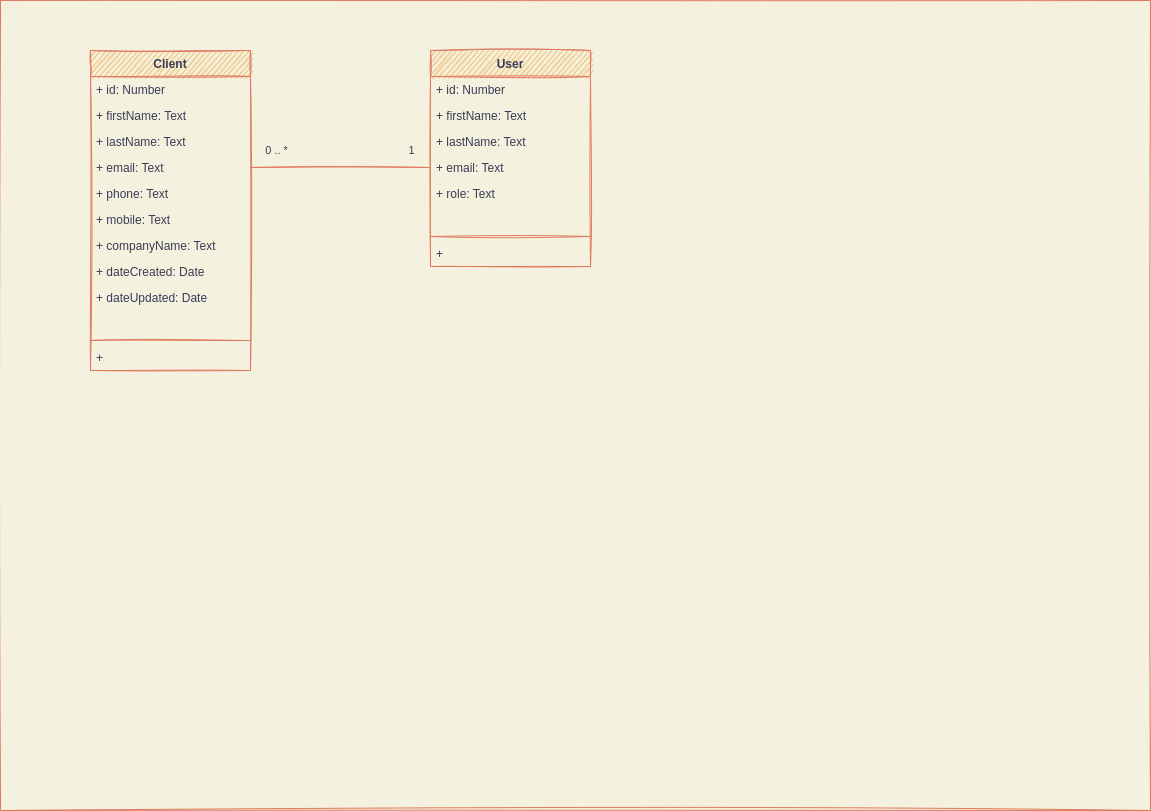
The draw.io diagram Conceptual_Data_Model.drawio.png in josayko-courses/epic_events_CRM, before a commit. Source tidied: cells renumbered, new cells last; positions are measured from the earlier drawing's top-left corner, leaving out a move shared by most shapes.
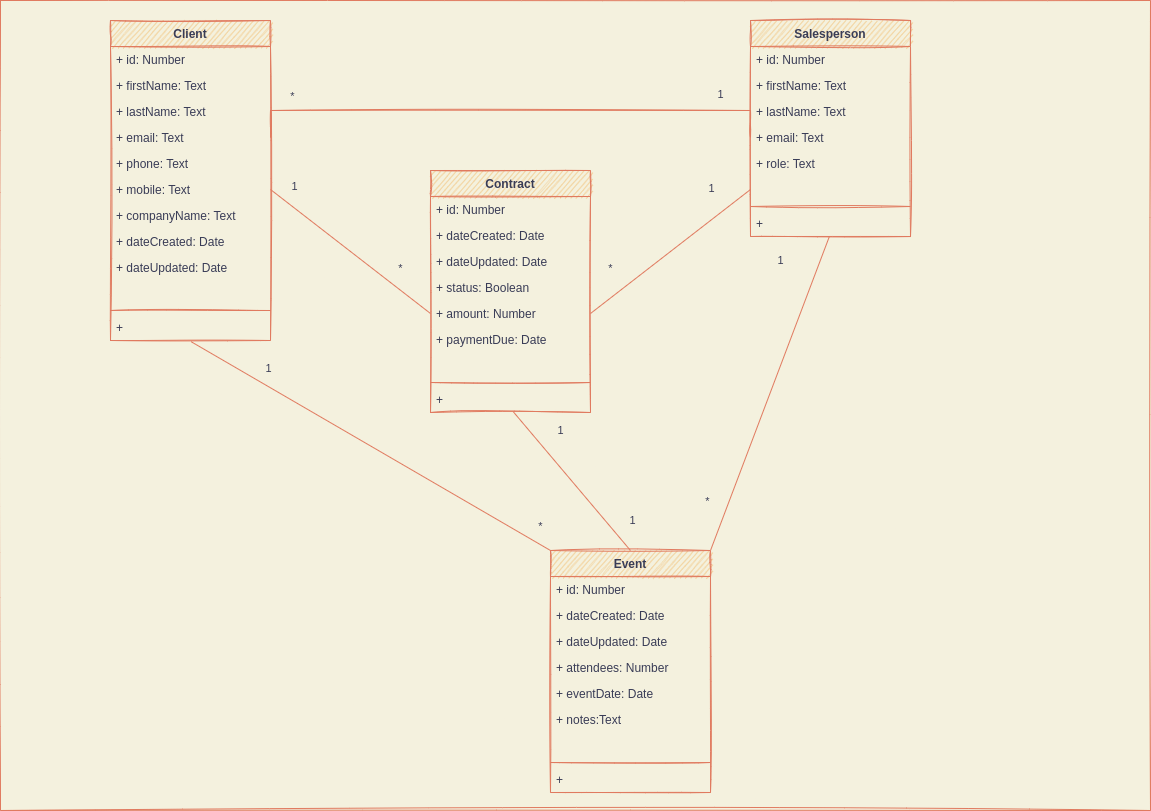
The same diagram one commit later.

What changed in the source:
```diff
@@ -7,7 +7,7 @@
     </mxCell>
     <mxCell id="3" value="diagram" parent="0" />
     <mxCell id="4" value="Client" style="swimlane;fontStyle=1;align=center;verticalAlign=top;horizontal=1;startSize=26;sketch=1;fillColor=#F2CC8F;strokeColor=#E07A5F;fontColor=#393C56;" parent="3" vertex="1">
-      <mxGeometry x="90" y="50" width="160" height="320" as="geometry" />
+      <mxGeometry x="110" y="20" width="160" height="320" as="geometry" />
     </mxCell>
     <mxCell id="5" value="+ id: Number" style="text;strokeColor=none;fillColor=none;align=left;verticalAlign=top;spacingLeft=4;spacingRight=4;overflow=hidden;sketch=1;fontColor=#393C56;" parent="4" vertex="1">
       <mxGeometry y="26" width="160" height="26" as="geometry" />
@@ -45,8 +45,8 @@
     <mxCell id="16" value="+ " style="text;strokeColor=none;fillColor=none;align=left;verticalAlign=top;spacingLeft=4;spacingRight=4;overflow=hidden;points=[[0,0.5],[1,0.5]];portConstraint=eastwest;sketch=1;fontColor=#393C56;" parent="4" vertex="1">
       <mxGeometry y="294" width="160" height="26" as="geometry" />
     </mxCell>
-    <mxCell id="17" value="User" style="swimlane;fontStyle=1;align=center;verticalAlign=top;horizontal=1;startSize=26;sketch=1;fillColor=#F2CC8F;strokeColor=#E07A5F;fontColor=#393C56;" parent="3" vertex="1">
-      <mxGeometry x="430" y="50" width="160" height="216" as="geometry" />
+    <mxCell id="17" value="Salesperson" style="swimlane;fontStyle=1;align=center;verticalAlign=top;horizontal=1;startSize=26;sketch=1;fillColor=#F2CC8F;strokeColor=#E07A5F;fontColor=#393C56;" parent="3" vertex="1">
+      <mxGeometry x="750" y="20" width="160" height="216" as="geometry" />
     </mxCell>
     <mxCell id="18" value="+ id: Number" style="text;strokeColor=none;fillColor=none;align=left;verticalAlign=top;spacingLeft=4;spacingRight=4;overflow=hidden;sketch=1;fontColor=#393C56;" parent="17" vertex="1">
       <mxGeometry y="26" width="160" height="26" as="geometry" />
@@ -73,13 +73,123 @@
       <mxGeometry y="190" width="160" height="26" as="geometry" />
     </mxCell>
     <mxCell id="26" style="edgeStyle=orthogonalEdgeStyle;rounded=0;jettySize=auto;html=1;exitX=1;exitY=0.5;exitDx=0;exitDy=0;entryX=0;entryY=0.5;entryDx=0;entryDy=0;endArrow=none;endFill=0;shadow=0;sketch=1;labelBackgroundColor=#F4F1DE;strokeColor=#E07A5F;fontColor=#393C56;" parent="3" edge="1" source="8" target="21">
-      <mxGeometry relative="1" as="geometry" />
+      <mxGeometry relative="1" as="geometry">
+        <Array as="points">
+          <mxPoint x="270" y="110" />
+          <mxPoint x="750" y="110" />
+        </Array>
+      </mxGeometry>
     </mxCell>
-    <mxCell id="27" value="0 .. *" style="text;html=1;align=center;verticalAlign=middle;strokeColor=none;fillColor=none;fontSize=11;fontFamily=Helvetica;fontColor=#393C56;sketch=1;" parent="3" vertex="1">
-      <mxGeometry x="256" y="140" width="40" height="20" as="geometry" />
+    <mxCell id="27" value="*" style="text;html=1;align=center;verticalAlign=middle;strokeColor=none;fillColor=none;fontSize=11;fontFamily=Helvetica;fontColor=#393C56;sketch=1;" parent="3" vertex="1">
+      <mxGeometry x="282" y="86" width="20" height="20" as="geometry" />
     </mxCell>
     <mxCell id="28" value="1" style="text;html=1;align=center;verticalAlign=middle;strokeColor=none;fillColor=none;fontSize=11;fontFamily=Helvetica;fontColor=#393C56;sketch=1;" parent="3" vertex="1">
-      <mxGeometry x="401" y="140" width="20" height="20" as="geometry" />
+      <mxGeometry x="710" y="84" width="20" height="20" as="geometry" />
     </mxCell>
+    <mxCell id="29" value="Contract" style="swimlane;fontStyle=1;align=center;verticalAlign=top;horizontal=1;startSize=26;sketch=1;fillColor=#F2CC8F;strokeColor=#E07A5F;fontColor=#393C56;" parent="3" vertex="1">
+      <mxGeometry x="430" y="170" width="160" height="242" as="geometry" />
+    </mxCell>
+    <mxCell id="30" value="+ id: Number" style="text;strokeColor=none;fillColor=none;align=left;verticalAlign=top;spacingLeft=4;spacingRight=4;overflow=hidden;sketch=1;fontColor=#393C56;" parent="29" vertex="1">
+      <mxGeometry y="26" width="160" height="26" as="geometry" />
+    </mxCell>
+    <mxCell id="31" value="+ dateCreated: Date" style="text;strokeColor=none;fillColor=none;align=left;verticalAlign=top;spacingLeft=4;spacingRight=4;overflow=hidden;sketch=1;fontColor=#393C56;" parent="29" vertex="1">
+      <mxGeometry y="52" width="160" height="26" as="geometry" />
+    </mxCell>
+    <mxCell id="32" value="+ dateUpdated: Date" style="text;strokeColor=none;fillColor=none;align=left;verticalAlign=top;spacingLeft=4;spacingRight=4;overflow=hidden;sketch=1;fontColor=#393C56;" parent="29" vertex="1">
+      <mxGeometry y="78" width="160" height="26" as="geometry" />
+    </mxCell>
+    <mxCell id="33" value="+ status: Boolean" style="text;strokeColor=none;fillColor=none;align=left;verticalAlign=top;spacingLeft=4;spacingRight=4;overflow=hidden;sketch=1;fontColor=#393C56;" parent="29" vertex="1">
+      <mxGeometry y="104" width="160" height="26" as="geometry" />
+    </mxCell>
+    <mxCell id="34" value="+ amount: Number" style="text;strokeColor=none;fillColor=none;align=left;verticalAlign=top;spacingLeft=4;spacingRight=4;overflow=hidden;points=[[0,0.5],[1,0.5]];portConstraint=eastwest;sketch=1;fontColor=#393C56;" parent="29" vertex="1">
+      <mxGeometry y="130" width="160" height="26" as="geometry" />
+    </mxCell>
+    <mxCell id="35" value="+ paymentDue: Date" style="text;strokeColor=none;fillColor=none;align=left;verticalAlign=top;spacingLeft=4;spacingRight=4;overflow=hidden;sketch=1;fontColor=#393C56;" parent="29" vertex="1">
+      <mxGeometry y="156" width="160" height="26" as="geometry" />
+    </mxCell>
+    <mxCell id="36" style="text;strokeColor=none;fillColor=none;align=left;verticalAlign=top;spacingLeft=4;spacingRight=4;overflow=hidden;sketch=1;fontColor=#393C56;" parent="29" vertex="1">
+      <mxGeometry y="182" width="160" height="26" as="geometry" />
+    </mxCell>
+    <mxCell id="37" style="line;strokeWidth=1;fillColor=none;align=left;verticalAlign=middle;spacingTop=-1;spacingLeft=3;spacingRight=3;labelPosition=right;sketch=1;labelBackgroundColor=#F4F1DE;strokeColor=#E07A5F;fontColor=#393C56;" parent="29" vertex="1">
+      <mxGeometry y="208" width="160" height="8" as="geometry" />
+    </mxCell>
+    <mxCell id="38" value="+ " style="text;strokeColor=none;fillColor=none;align=left;verticalAlign=top;spacingLeft=4;spacingRight=4;overflow=hidden;points=[[0,0.5],[1,0.5]];portConstraint=eastwest;sketch=1;fontColor=#393C56;" parent="29" vertex="1">
+      <mxGeometry y="216" width="160" height="26" as="geometry" />
+    </mxCell>
+    <mxCell id="39" value="Event" style="swimlane;fontStyle=1;align=center;verticalAlign=top;horizontal=1;startSize=26;sketch=1;fillColor=#F2CC8F;strokeColor=#E07A5F;fontColor=#393C56;" parent="3" vertex="1">
+      <mxGeometry x="550" y="550" width="160" height="242" as="geometry" />
+    </mxCell>
+    <mxCell id="40" value="+ id: Number" style="text;strokeColor=none;fillColor=none;align=left;verticalAlign=top;spacingLeft=4;spacingRight=4;overflow=hidden;sketch=1;fontColor=#393C56;" parent="39" vertex="1">
+      <mxGeometry y="26" width="160" height="26" as="geometry" />
+    </mxCell>
+    <mxCell id="41" value="+ dateCreated: Date" style="text;strokeColor=none;fillColor=none;align=left;verticalAlign=top;spacingLeft=4;spacingRight=4;overflow=hidden;sketch=1;fontColor=#393C56;" parent="39" vertex="1">
+      <mxGeometry y="52" width="160" height="26" as="geometry" />
+    </mxCell>
+    <mxCell id="42" value="+ dateUpdated: Date" style="text;strokeColor=none;fillColor=none;align=left;verticalAlign=top;spacingLeft=4;spacingRight=4;overflow=hidden;sketch=1;fontColor=#393C56;" parent="39" vertex="1">
+      <mxGeometry y="78" width="160" height="26" as="geometry" />
+    </mxCell>
+    <mxCell id="43" value="+ attendees: Number" style="text;strokeColor=none;fillColor=none;align=left;verticalAlign=top;spacingLeft=4;spacingRight=4;overflow=hidden;sketch=1;fontColor=#393C56;" parent="39" vertex="1">
+      <mxGeometry y="104" width="160" height="26" as="geometry" />
+    </mxCell>
+    <mxCell id="44" value="+ eventDate: Date" style="text;strokeColor=none;fillColor=none;align=left;verticalAlign=top;spacingLeft=4;spacingRight=4;overflow=hidden;sketch=1;fontColor=#393C56;" parent="39" vertex="1">
+      <mxGeometry y="130" width="160" height="26" as="geometry" />
+    </mxCell>
+    <mxCell id="45" value="+ notes:Text" style="text;strokeColor=none;fillColor=none;align=left;verticalAlign=top;spacingLeft=4;spacingRight=4;overflow=hidden;sketch=1;fontColor=#393C56;" parent="39" vertex="1">
+      <mxGeometry y="156" width="160" height="26" as="geometry" />
+    </mxCell>
+    <mxCell id="46" style="text;strokeColor=none;fillColor=none;align=left;verticalAlign=top;spacingLeft=4;spacingRight=4;overflow=hidden;sketch=1;fontColor=#393C56;" parent="39" vertex="1">
+      <mxGeometry y="182" width="160" height="26" as="geometry" />
+    </mxCell>
+    <mxCell id="47" style="line;strokeWidth=1;fillColor=none;align=left;verticalAlign=middle;spacingTop=-1;spacingLeft=3;spacingRight=3;labelPosition=right;sketch=1;labelBackgroundColor=#F4F1DE;strokeColor=#E07A5F;fontColor=#393C56;" parent="39" vertex="1">
+      <mxGeometry y="208" width="160" height="8" as="geometry" />
+    </mxCell>
+    <mxCell id="48" value="+ " style="text;strokeColor=none;fillColor=none;align=left;verticalAlign=top;spacingLeft=4;spacingRight=4;overflow=hidden;sketch=1;fontColor=#393C56;" parent="39" vertex="1">
+      <mxGeometry y="216" width="160" height="26" as="geometry" />
+    </mxCell>
+    <mxCell id="49" style="endArrow=none;html=1;rounded=0;entryX=0.504;entryY=1.046;entryDx=0;entryDy=0;entryPerimeter=0;labelBackgroundColor=#F4F1DE;strokeColor=#E07A5F;fontColor=#393C56;exitX=0;exitY=0;exitDx=0;exitDy=0;" parent="3" edge="1" source="39" target="16">
+      <mxGeometry relative="1" as="geometry" />
+    </mxCell>
+    <mxCell id="50" style="endArrow=none;html=1;rounded=1;sketch=0;fontColor=#393C56;strokeColor=#E07A5F;fillColor=#F2CC8F;curved=0;exitX=1;exitY=0;exitDx=0;exitDy=0;entryX=0.493;entryY=1;entryDx=0;entryDy=0;entryPerimeter=0;" parent="3" edge="1" source="39" target="25">
+      <mxGeometry relative="1" as="geometry" />
+    </mxCell>
+    <mxCell id="51" style="endArrow=none;html=1;rounded=1;sketch=0;fontColor=#393C56;strokeColor=#E07A5F;fillColor=#F2CC8F;curved=0;entryX=0;entryY=0.5;entryDx=0;entryDy=0;exitX=1;exitY=0.5;exitDx=0;exitDy=0;" parent="3" edge="1" source="34" target="23">
+      <mxGeometry relative="1" as="geometry" />
+    </mxCell>
+    <mxCell id="52" style="endArrow=none;html=1;rounded=1;sketch=0;fontColor=#393C56;strokeColor=#E07A5F;fillColor=#F2CC8F;curved=0;entryX=1;entryY=0.5;entryDx=0;entryDy=0;exitX=0;exitY=0.5;exitDx=0;exitDy=0;" parent="3" edge="1" source="34" target="10">
+      <mxGeometry relative="1" as="geometry" />
+    </mxCell>
+    <mxCell id="53" style="endArrow=none;html=1;rounded=1;sketch=0;fontColor=#393C56;strokeColor=#E07A5F;fillColor=#F2CC8F;curved=0;entryX=0.517;entryY=0.969;entryDx=0;entryDy=0;entryPerimeter=0;exitX=0.5;exitY=0;exitDx=0;exitDy=0;" parent="3" edge="1" source="39" target="38">
+      <mxGeometry relative="1" as="geometry" />
+    </mxCell>
+    <mxCell id="54" value="1" style="text;html=1;align=center;verticalAlign=middle;strokeColor=none;fillColor=none;fontSize=11;fontFamily=Helvetica;fontColor=#393C56;sketch=1;" parent="3" vertex="1">
+      <mxGeometry x="284" y="176" width="20" height="20" as="geometry" />
+    </mxCell>
+    <mxCell id="55" value="*" style="text;html=1;align=center;verticalAlign=middle;strokeColor=none;fillColor=none;fontSize=11;fontFamily=Helvetica;fontColor=#393C56;sketch=1;" parent="3" vertex="1">
+      <mxGeometry x="390" y="258" width="20" height="20" as="geometry" />
+    </mxCell>
+    <mxCell id="56" value="1" style="text;html=1;align=center;verticalAlign=middle;strokeColor=none;fillColor=none;fontSize=11;fontFamily=Helvetica;fontColor=#393C56;sketch=1;" parent="3" vertex="1">
+      <mxGeometry x="258" y="358" width="20" height="20" as="geometry" />
+    </mxCell>
+    <mxCell id="57" value="*" style="text;html=1;align=center;verticalAlign=middle;strokeColor=none;fillColor=none;fontSize=11;fontFamily=Helvetica;fontColor=#393C56;sketch=1;" parent="3" vertex="1">
+      <mxGeometry x="530" y="516" width="20" height="20" as="geometry" />
+    </mxCell>
+    <mxCell id="58" value="1" style="text;html=1;align=center;verticalAlign=middle;strokeColor=none;fillColor=none;fontSize=11;fontFamily=Helvetica;fontColor=#393C56;sketch=1;" parent="3" vertex="1">
+      <mxGeometry x="550" y="420" width="20" height="20" as="geometry" />
+    </mxCell>
+    <mxCell id="59" value="1" style="text;html=1;align=center;verticalAlign=middle;strokeColor=none;fillColor=none;fontSize=11;fontFamily=Helvetica;fontColor=#393C56;sketch=1;" parent="3" vertex="1">
+      <mxGeometry x="622" y="510" width="20" height="20" as="geometry" />
+    </mxCell>
+    <mxCell id="60" value="*" style="text;html=1;align=center;verticalAlign=middle;strokeColor=none;fillColor=none;fontSize=11;fontFamily=Helvetica;fontColor=#393C56;sketch=1;" parent="3" vertex="1">
+      <mxGeometry x="600" y="258" width="20" height="20" as="geometry" />
+    </mxCell>
+    <mxCell id="61" value="1" style="text;html=1;align=center;verticalAlign=middle;strokeColor=none;fillColor=none;fontSize=11;fontFamily=Helvetica;fontColor=#393C56;sketch=1;" parent="3" vertex="1">
+      <mxGeometry x="701" y="178" width="20" height="20" as="geometry" />
+    </mxCell>
+    <mxCell id="62" value="*" style="text;html=1;align=center;verticalAlign=middle;strokeColor=none;fillColor=none;fontSize=11;fontFamily=Helvetica;fontColor=#393C56;sketch=1;" parent="3" vertex="1">
+      <mxGeometry x="697" y="491" width="20" height="20" as="geometry" />
+    </mxCell>
+    <mxCell id="63" value="1" style="text;html=1;align=center;verticalAlign=middle;strokeColor=none;fillColor=none;fontSize=11;fontFamily=Helvetica;fontColor=#393C56;sketch=1;" parent="3" vertex="1">
+      <mxGeometry x="770" y="250" width="20" height="20" as="geometry" />
+    </mxCell>
   </root>
 </mxGraphModel>
```
